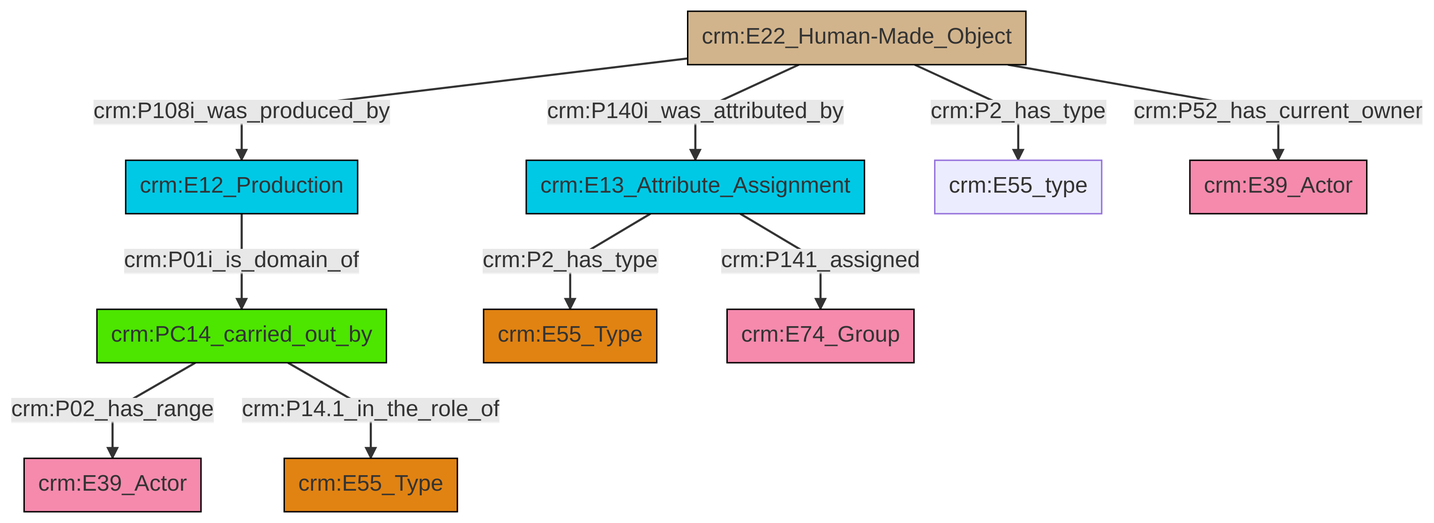
Before: et/builtWorkCSV/ttl/mmd/png/Built_Work_actor_relations.png, a diagram exported from Mermaid (swiss-art-research-net/docs.swissartresearch). Its source is kept beside it as et/builtWorkCSV/ttl/mmd/Built_Work_actor_relations.ttl.mmd.
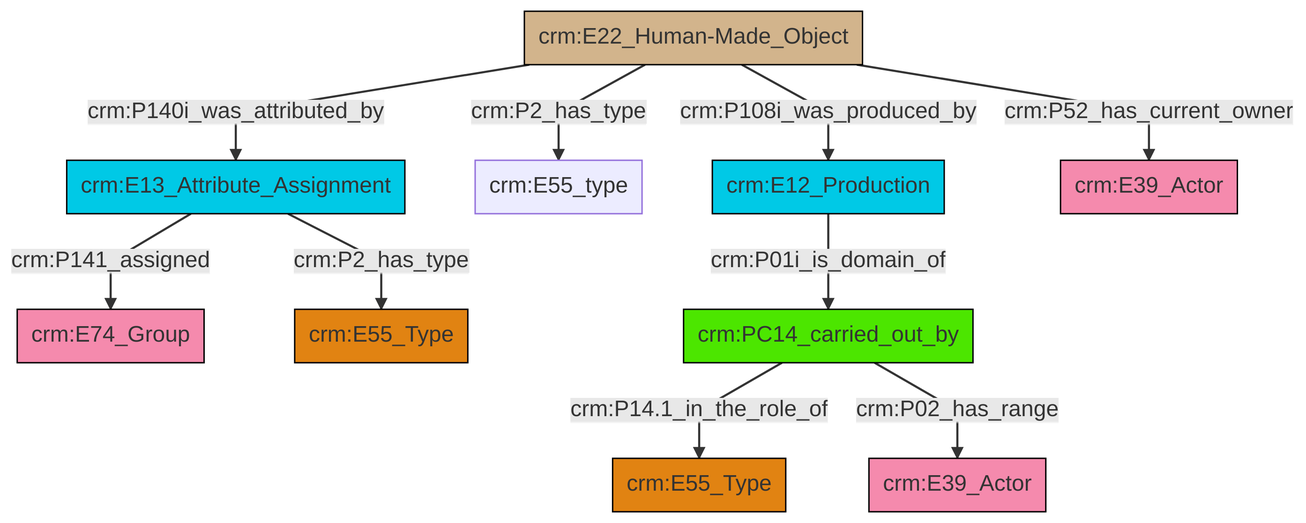
After the commit.

Diff of the diagram source:
```diff
@@ -13,12 +13,12 @@
 classDef PC_Classes fill:#4ce600, stroke:#000000;
 classDef Multi fill:#cccccc,stroke:#000000;
 
-2["crm:PC14_carried_out_by"]:::PC_Classes -->|crm:P02_has_range| 0["crm:E39_Actor"]:::Actor
-5["crm:E13_Attribute_Assignment"]:::Temporal_Entity -->|crm:P2_has_type| 6["crm:E55_Type"]:::Type
-3["crm:E22_Human-Made_Object"]:::Physical_Thing -->|crm:P108i_was_produced_by| 7["crm:E12_Production"]:::Temporal_Entity
-3["crm:E22_Human-Made_Object"]:::Physical_Thing -->|crm:P2_has_type| 10["crm:E55_type"]:::Default
-7["crm:E12_Production"]:::Temporal_Entity -->|crm:P01i_is_domain_of| 2["crm:PC14_carried_out_by"]:::PC_Classes
-3["crm:E22_Human-Made_Object"]:::Physical_Thing -->|crm:P52_has_current_owner| 12["crm:E39_Actor"]:::Actor
-5["crm:E13_Attribute_Assignment"]:::Temporal_Entity -->|crm:P141_assigned| 15["crm:E74_Group"]:::Actor
-3["crm:E22_Human-Made_Object"]:::Physical_Thing -->|crm:P140i_was_attributed_by| 5["crm:E13_Attribute_Assignment"]:::Temporal_Entity
-2["crm:PC14_carried_out_by"]:::PC_Classes -->|crm:P14.1_in_the_role_of| 8["crm:E55_Type"]:::Type
+12["crm:E22_Human-Made_Object"]:::Physical_Thing -->|crm:P140i_was_attributed_by| 4["crm:E13_Attribute_Assignment"]:::Temporal_Entity
+8["crm:PC14_carried_out_by"]:::PC_Classes -->|crm:P14.1_in_the_role_of| 14["crm:E55_Type"]:::Type
+6["crm:E12_Production"]:::Temporal_Entity -->|crm:P01i_is_domain_of| 8["crm:PC14_carried_out_by"]:::PC_Classes
+4["crm:E13_Attribute_Assignment"]:::Temporal_Entity -->|crm:P141_assigned| 15["crm:E74_Group"]:::Actor
+12["crm:E22_Human-Made_Object"]:::Physical_Thing -->|crm:P2_has_type| 17["crm:E55_type"]:::Default
+12["crm:E22_Human-Made_Object"]:::Physical_Thing -->|crm:P108i_was_produced_by| 6["crm:E12_Production"]:::Temporal_Entity
+8["crm:PC14_carried_out_by"]:::PC_Classes -->|crm:P02_has_range| 2["crm:E39_Actor"]:::Actor
+4["crm:E13_Attribute_Assignment"]:::Temporal_Entity -->|crm:P2_has_type| 0["crm:E55_Type"]:::Type
+12["crm:E22_Human-Made_Object"]:::Physical_Thing -->|crm:P52_has_current_owner| 10["crm:E39_Actor"]:::Actor
```
